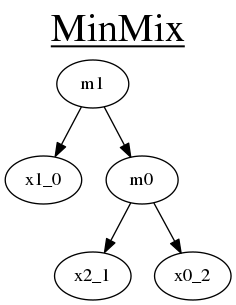
iitramar/guiTool keeps this Graphviz diagram as GuiTool/image/Minmix/MinmixDot.png. Above is the earlier version. Its source is kept beside it as GuiTool/image/Minmix/MinmixDot.dot.
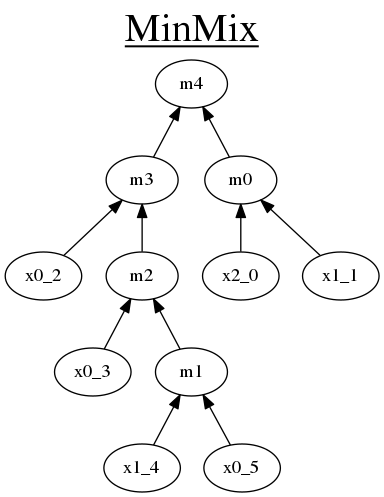
After the commit.

Change to the diagram source:
```diff
@@ -1,9 +1,15 @@
 digraph minmix{
-rankdir = TD;
+rankdir = BT;
  size="8,10.5";
  graph [label= <<u>MinMix</u>> , labelloc=t, fontsize=30];
-m1 -> x1_0 ;
-m1 -> m0;
-m0 -> x2_1 ;
-m0 -> x0_2;
+m0 -> m4 ;
+m3 -> m4;
+x2_0 -> m0 ;
+x1_1 -> m0;
+x0_2 -> m3 ;
+m2 -> m3;
+x0_3 -> m2 ;
+m1 -> m2;
+x1_4 -> m1 ;
+x0_5 -> m1;
 }
```
